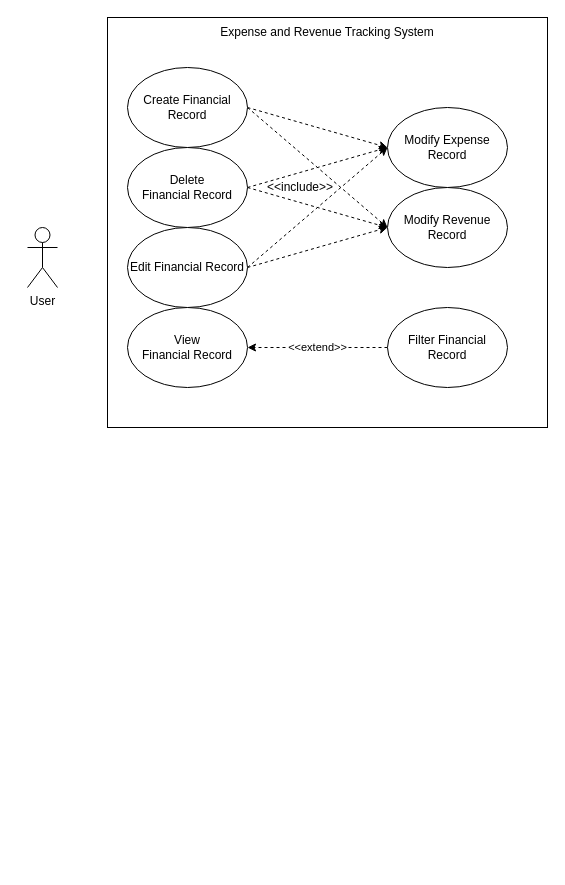
This is Doc/DrawIO/Use Case Diagram.drawio from xxllxxllxxll-440/SE-353-Project, a draw.io file, before an edit. Source tidied: cells renumbered, new cells numbered last; positions are measured from the earlier drawing's top-left corner, leaving out a move shared by most shapes. Both pictures are drawn from the tidied source at 100%, with x=0, y=0 at pixel (27, 17).
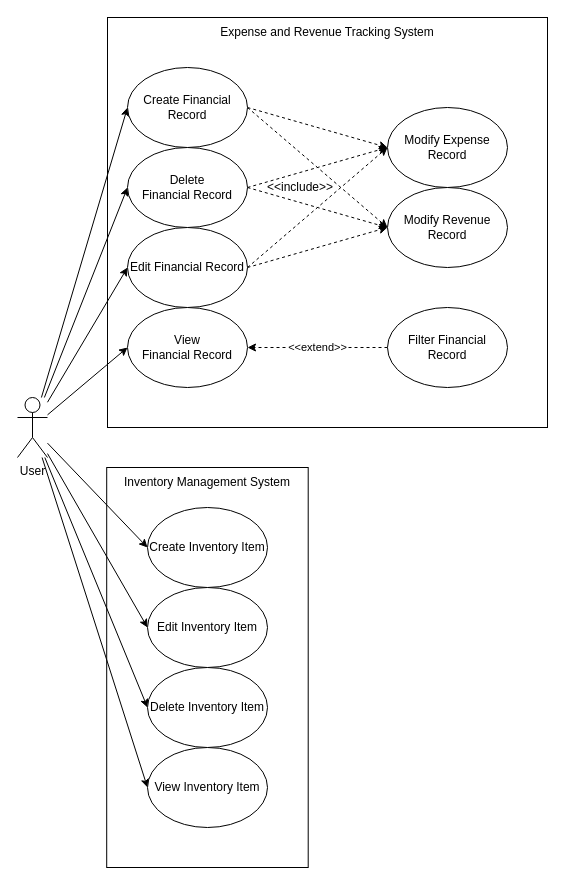
After the change.

Commit message:
Completed Use Case Diagram for Phase 2

Unchanged cells that the change refers to:
```xml
<mxCell id="6" value="Create Financial Record" style="ellipse;whiteSpace=wrap;html=1;shapeInside=1;" parent="1" vertex="1">
  <mxGeometry x="100" y="50" width="120" height="80" as="geometry" />
</mxCell>
<mxCell id="7" value="View Financial&amp;nbsp;Record" style="ellipse;whiteSpace=wrap;html=1;shapeInside=1;" parent="1" vertex="1">
  <mxGeometry x="100" y="290" width="120" height="80" as="geometry" />
</mxCell>
<mxCell id="10" value="Edit Financial&amp;nbsp;Record" style="ellipse;whiteSpace=wrap;html=1;shapeInside=1;" parent="1" vertex="1">
  <mxGeometry x="100" y="210" width="120" height="80" as="geometry" />
</mxCell>
<mxCell id="13" value="Delete Financial&amp;nbsp;Record" style="ellipse;whiteSpace=wrap;html=1;shapeInside=1;" parent="1" vertex="1">
  <mxGeometry x="100" y="130" width="120" height="80" as="geometry" />
</mxCell>
```

What changed in the source:
```diff
@@
+    <mxCell id="20" style="rounded=0;whiteSpace=wrap;html=1;" parent="1" vertex="1">
+      <mxGeometry x="79.2" y="450" width="201.5" height="400" as="geometry" />
+    </mxCell>
@@
+    <mxCell id="21" style="edgeStyle=none;html=1;entryX=0;entryY=0.5;entryDx=0;entryDy=0;" parent="1" edge="1" source="3" target="6">
+      <mxGeometry relative="1" as="geometry" />
+    </mxCell>
+    <mxCell id="22" style="edgeStyle=none;html=1;entryX=0;entryY=0.5;entryDx=0;entryDy=0;" parent="1" edge="1" source="3" target="13">
+      <mxGeometry relative="1" as="geometry" />
+    </mxCell>
+    <mxCell id="23" style="edgeStyle=none;html=1;entryX=0;entryY=0.5;entryDx=0;entryDy=0;" parent="1" edge="1" source="3" target="10">
+      <mxGeometry relative="1" as="geometry" />
+    </mxCell>
+    <mxCell id="24" style="edgeStyle=none;html=1;entryX=0;entryY=0.5;entryDx=0;entryDy=0;" parent="1" edge="1" source="3" target="7">
+      <mxGeometry relative="1" as="geometry" />
+    </mxCell>
+    <mxCell id="25" style="edgeStyle=none;html=1;entryX=0;entryY=0.5;entryDx=0;entryDy=0;" parent="1" edge="1" source="3" target="29">
+      <mxGeometry relative="1" as="geometry" />
+    </mxCell>
+    <mxCell id="26" style="edgeStyle=none;html=1;entryX=0;entryY=0.5;entryDx=0;entryDy=0;" parent="1" edge="1" source="3" target="31">
+      <mxGeometry relative="1" as="geometry" />
+    </mxCell>
+    <mxCell id="27" style="edgeStyle=none;html=1;entryX=0;entryY=0.5;entryDx=0;entryDy=0;" parent="1" edge="1" source="3" target="32">
+      <mxGeometry relative="1" as="geometry" />
+    </mxCell>
+    <mxCell id="28" style="edgeStyle=none;html=1;entryX=0;entryY=0.5;entryDx=0;entryDy=0;" parent="1" edge="1" source="3" target="30">
+      <mxGeometry relative="1" as="geometry" />
+    </mxCell>
     <mxCell id="3" value="User" style="shape=umlActor;verticalLabelPosition=bottom;verticalAlign=top;html=1;outlineConnect=0;" parent="1" vertex="1">
-      <mxGeometry y="210" width="30" height="60" as="geometry" />
+      <mxGeometry x="-10" y="380" width="30" height="60" as="geometry" />
     </mxCell>
@@
+    <mxCell id="29" value="Create Inventory Item" style="ellipse;whiteSpace=wrap;html=1;shapeInside=1;" parent="1" vertex="1">
+      <mxGeometry x="120" y="490" width="120" height="80" as="geometry" />
+    </mxCell>
+    <mxCell id="30" value="View Inventory Item" style="ellipse;whiteSpace=wrap;html=1;shapeInside=1;" parent="1" vertex="1">
+      <mxGeometry x="120" y="730" width="120" height="80" as="geometry" />
+    </mxCell>
+    <mxCell id="31" value="Edit Inventory Item" style="ellipse;whiteSpace=wrap;html=1;shapeInside=1;" parent="1" vertex="1">
+      <mxGeometry x="120" y="570" width="120" height="80" as="geometry" />
+    </mxCell>
+    <mxCell id="32" value="Delete Inventory Item" style="ellipse;whiteSpace=wrap;html=1;shapeInside=1;" parent="1" vertex="1">
+      <mxGeometry x="120" y="650" width="120" height="80" as="geometry" />
+    </mxCell>
+    <mxCell id="33" value="Inventory Management System" style="text;html=1;whiteSpace=wrap;strokeColor=none;fillColor=none;align=center;verticalAlign=middle;rounded=0;" parent="1" vertex="1">
+      <mxGeometry x="90" y="450" width="180" height="30" as="geometry" />
+    </mxCell>
```
